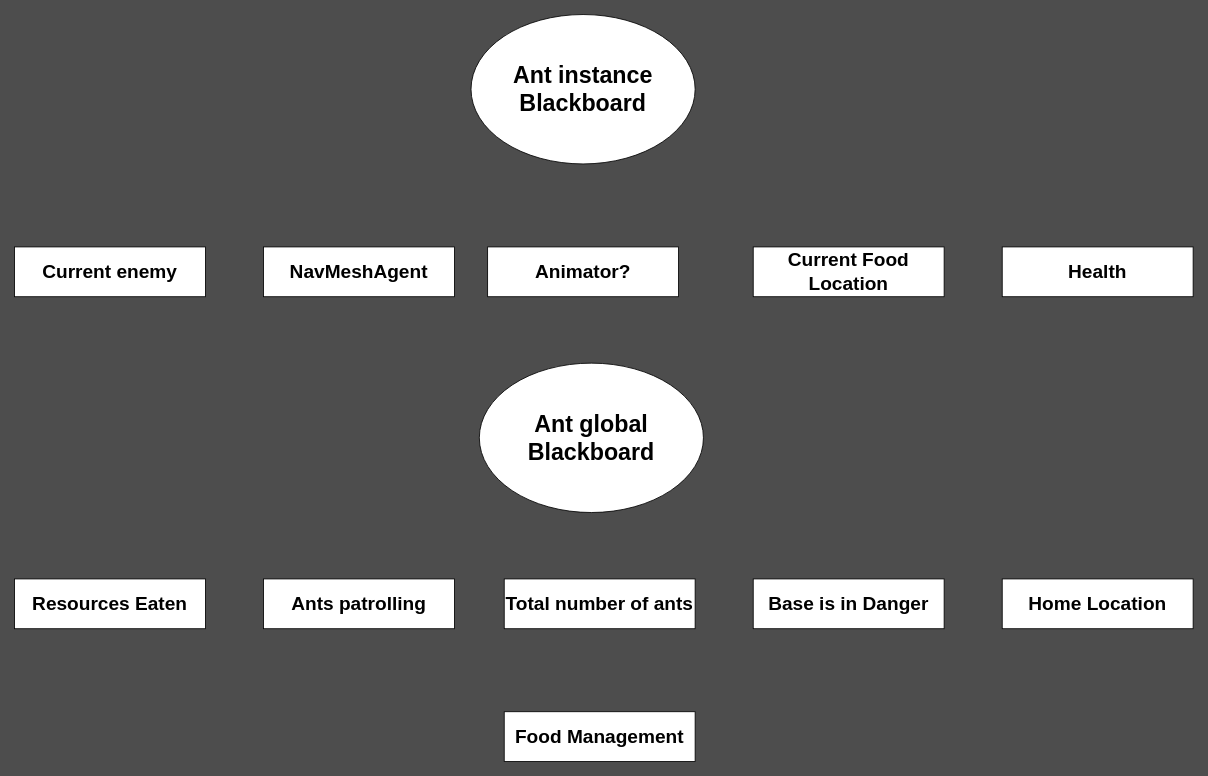
This is page "Blackboard" (5 of 5) of Design/Ant.drawio from arturo101199/GardenBattle, a draw.io file, before an edit. Source tidied: cells renumbered, new cells numbered last; positions are measured from the earlier drawing's top-left corner, leaving out a move shared by most shapes. Both pictures are drawn from the tidied source at 83%, with x=0, y=0 at pixel (14, 14).
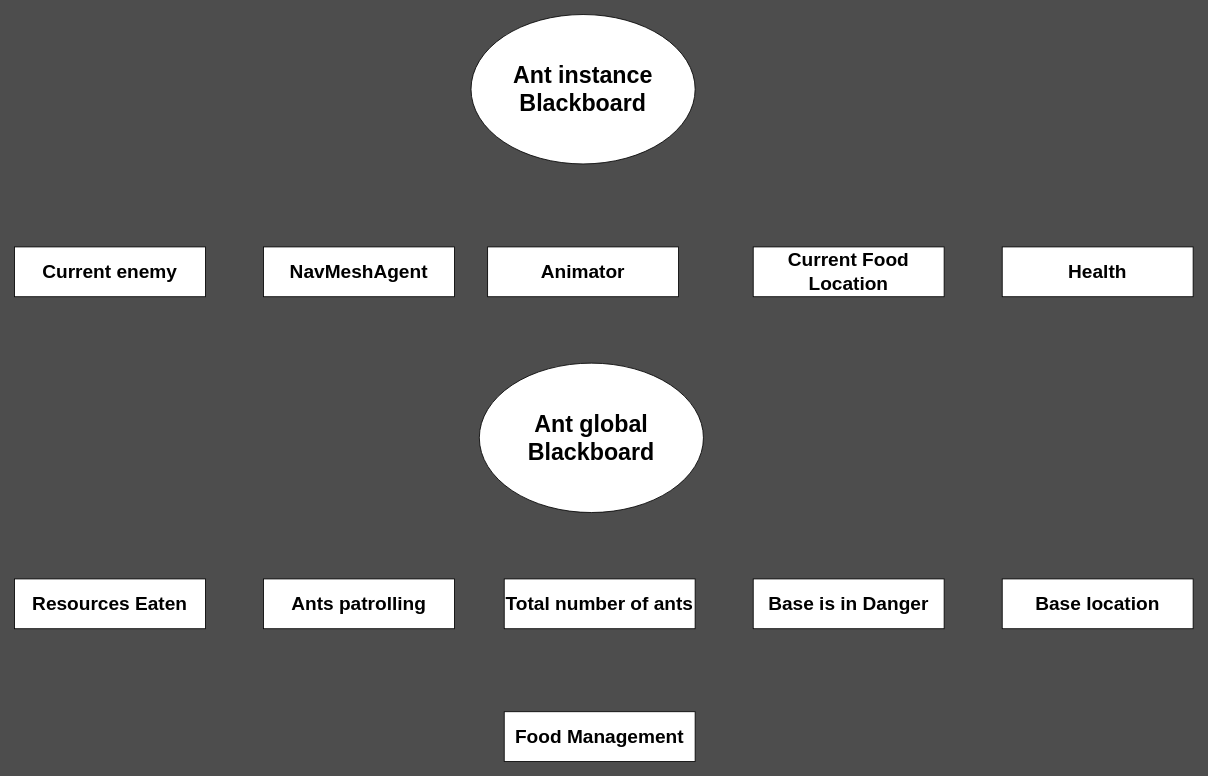
The same page after the edit.

What changed in the source:
```diff
@@
 <mxGraphModel background="#4D4D4D">
   <root>
     <mxCell id="0" />
     <mxCell id="1" parent="0" />
     <mxCell id="2" value="&lt;font style=&quot;font-size: 28px&quot;&gt;&lt;b&gt;Ant instance Blackboard&lt;/b&gt;&lt;/font&gt;" style="ellipse;whiteSpace=wrap;html=1;" parent="1" vertex="1">
       <mxGeometry x="550" width="270" height="180" as="geometry" />
     </mxCell>
     <mxCell id="3" value="&lt;font style=&quot;font-size: 23px&quot;&gt;&lt;b&gt;Resources Eaten&lt;/b&gt;&lt;/font&gt;" style="rounded=0;whiteSpace=wrap;html=1;" parent="1" vertex="1">
       <mxGeometry y="680" width="230" height="60" as="geometry" />
     </mxCell>
-    <mxCell id="4" value="&lt;font style=&quot;font-size: 23px&quot;&gt;&lt;b&gt;Animator?&lt;/b&gt;&lt;/font&gt;" style="rounded=0;whiteSpace=wrap;html=1;" parent="1" vertex="1">
+    <mxCell id="4" value="&lt;font style=&quot;font-size: 23px&quot;&gt;&lt;b&gt;Animator&lt;/b&gt;&lt;/font&gt;" style="rounded=0;whiteSpace=wrap;html=1;" parent="1" vertex="1">
       <mxGeometry x="570" y="280" width="230" height="60" as="geometry" />
     </mxCell>
     <mxCell id="5" value="&lt;font style=&quot;font-size: 23px&quot;&gt;&lt;b&gt;Current Food Location&lt;br&gt;&lt;/b&gt;&lt;/font&gt;" style="rounded=0;whiteSpace=wrap;html=1;" parent="1" vertex="1">
       <mxGeometry x="890" y="280" width="230" height="60" as="geometry" />
     </mxCell>
-    <mxCell id="6" value="&lt;font style=&quot;font-size: 23px&quot;&gt;&lt;b&gt;Home Location&lt;/b&gt;&lt;/font&gt;" style="rounded=0;whiteSpace=wrap;html=1;" parent="1" vertex="1">
+    <mxCell id="6" value="&lt;font style=&quot;font-size: 23px&quot;&gt;&lt;b&gt;Base location&lt;br&gt;&lt;/b&gt;&lt;/font&gt;" style="rounded=0;whiteSpace=wrap;html=1;" parent="1" vertex="1">
       <mxGeometry x="1190" y="680" width="230" height="60" as="geometry" />
     </mxCell>
     <mxCell id="7" value="&lt;font style=&quot;font-size: 23px&quot;&gt;&lt;b&gt;Current enemy&lt;/b&gt;&lt;/font&gt;" style="rounded=0;whiteSpace=wrap;html=1;" parent="1" vertex="1">
       <mxGeometry y="280" width="230" height="60" as="geometry" />
     </mxCell>
     <mxCell id="8" value="&lt;span style=&quot;font-size: 23px&quot;&gt;&lt;b&gt;Total number of ants&lt;/b&gt;&lt;/span&gt;" style="rounded=0;whiteSpace=wrap;html=1;" parent="1" vertex="1">
       <mxGeometry x="590" y="680" width="230" height="60" as="geometry" />
     </mxCell>
     <mxCell id="9" value="&lt;span style=&quot;font-size: 23px&quot;&gt;&lt;b&gt;Ants patrolling&lt;/b&gt;&lt;/span&gt;" style="rounded=0;whiteSpace=wrap;html=1;" parent="1" vertex="1">
       <mxGeometry x="300" y="680" width="230" height="60" as="geometry" />
     </mxCell>
     <mxCell id="10" value="&lt;span style=&quot;font-size: 23px&quot;&gt;&lt;b&gt;Base is in Danger&lt;/b&gt;&lt;/span&gt;" style="rounded=0;whiteSpace=wrap;html=1;" parent="1" vertex="1">
       <mxGeometry x="890" y="680" width="230" height="60" as="geometry" />
     </mxCell>
     <mxCell id="11" value="&lt;span style=&quot;font-size: 23px&quot;&gt;&lt;b&gt;Health&lt;/b&gt;&lt;/span&gt;" style="rounded=0;whiteSpace=wrap;html=1;" parent="1" vertex="1">
       <mxGeometry x="1190" y="280" width="230" height="60" as="geometry" />
     </mxCell>
     <mxCell id="12" value="&lt;font style=&quot;font-size: 28px&quot;&gt;&lt;b&gt;Ant global Blackboard&lt;/b&gt;&lt;/font&gt;" style="ellipse;whiteSpace=wrap;html=1;" parent="1" vertex="1">
       <mxGeometry x="560" y="420" width="270" height="180" as="geometry" />
     </mxCell>
     <mxCell id="13" value="&lt;span style=&quot;font-size: 23px&quot;&gt;&lt;b&gt;Food Management&lt;br&gt;&lt;/b&gt;&lt;/span&gt;" style="rounded=0;whiteSpace=wrap;html=1;" parent="1" vertex="1">
       <mxGeometry x="590" y="840" width="230" height="60" as="geometry" />
     </mxCell>
     <mxCell id="14" value="&lt;font style=&quot;font-size: 23px&quot;&gt;&lt;b&gt;NavMeshAgent&lt;br&gt;&lt;/b&gt;&lt;/font&gt;" style="rounded=0;whiteSpace=wrap;html=1;" parent="1" vertex="1">
       <mxGeometry x="300" y="280" width="230" height="60" as="geometry" />
     </mxCell>
   </root>
 </mxGraphModel>
```
